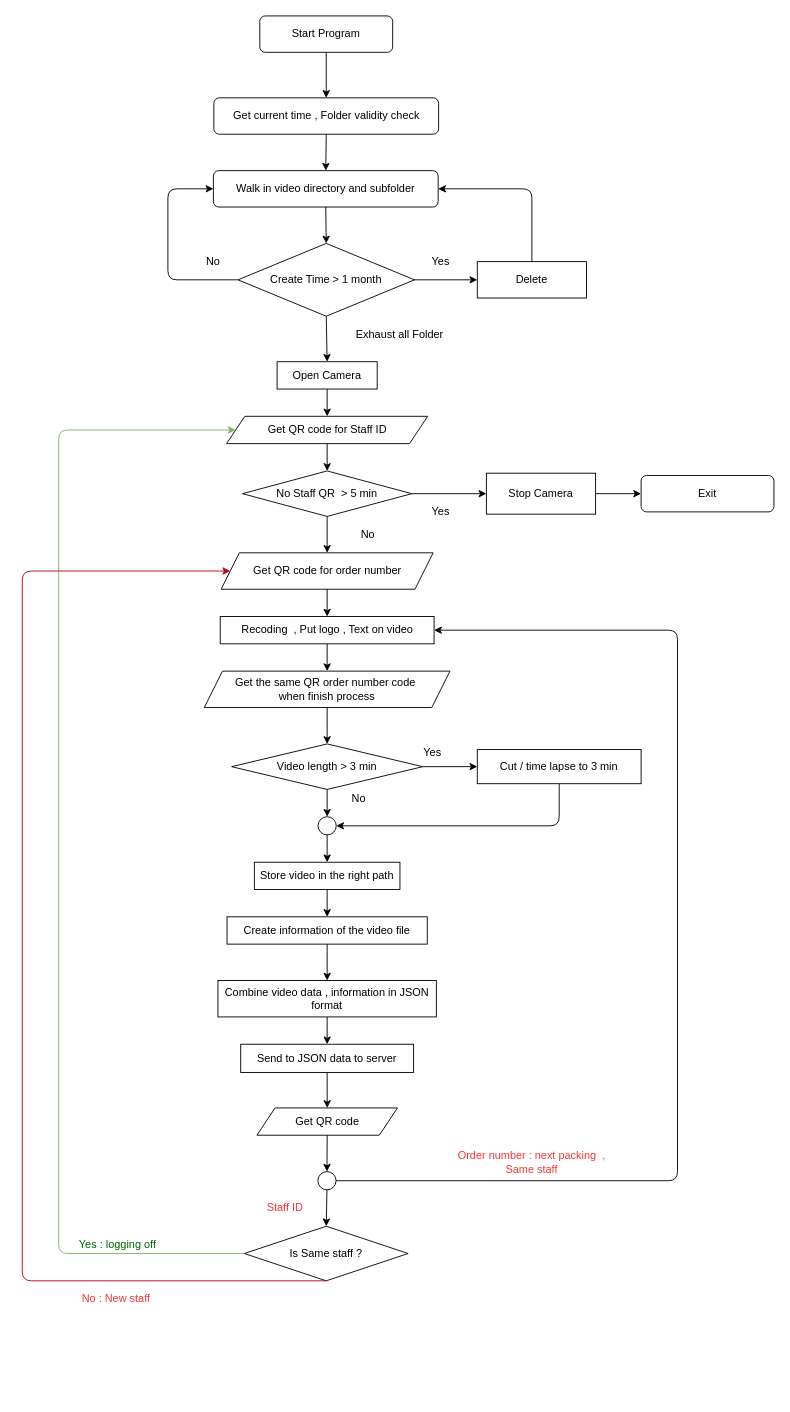
The draw.io diagram Flowchart.drawio in rsongphon/Advice_Packing_OpenCV, before the edit. Source tidied: cells renumbered, new cells numbered last; positions are measured from the earlier drawing's top-left corner, leaving out a move shared by most shapes. Both pictures are drawn from the tidied source at 91%, with x=0, y=0 at pixel (22, 15).
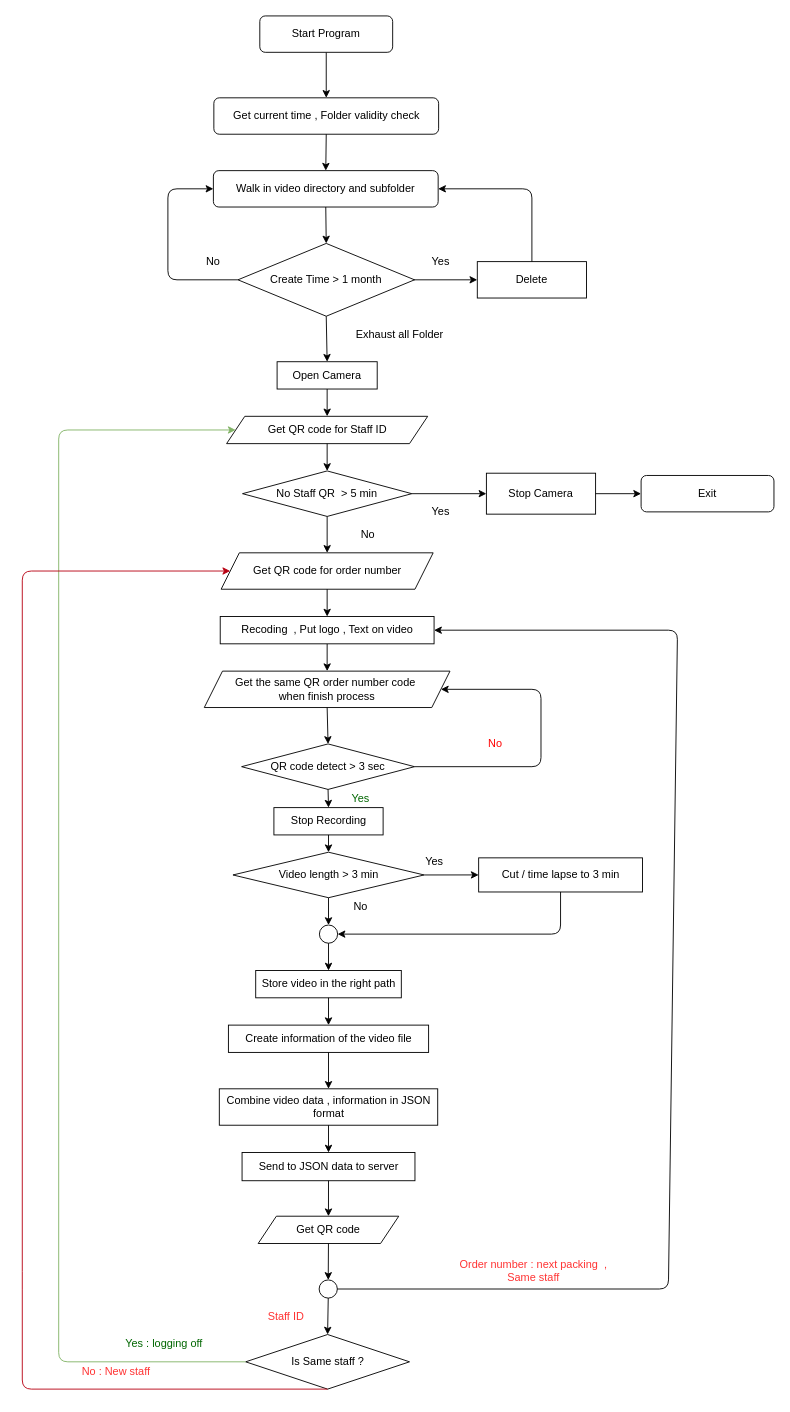
The same page after the edit.

Unchanged cells that the change refers to:
```xml
<mxCell id="18" value="Get QR code for Staff ID" style="shape=parallelogram;perimeter=parallelogramPerimeter;whiteSpace=wrap;html=1;fixedSize=1;" parent="1" vertex="1">
  <mxGeometry x="224.5" y="440" width="221" height="30" as="geometry" />
</mxCell>
<mxCell id="19" value="Get QR code for order number" style="shape=parallelogram;perimeter=parallelogramPerimeter;whiteSpace=wrap;html=1;fixedSize=1;" parent="1" vertex="1">
  <mxGeometry x="218.5" y="590" width="233" height="40" as="geometry" />
</mxCell>
<mxCell id="29" value="Recoding&amp;nbsp; , Put logo , Text on video" style="rounded=0;whiteSpace=wrap;html=1;" parent="1" vertex="1">
  <mxGeometry x="217.5" y="660" width="235" height="30" as="geometry" />
</mxCell>
<mxCell id="31" value="Get the same QR order number code&amp;nbsp;&lt;br&gt;when finish process" style="shape=parallelogram;perimeter=parallelogramPerimeter;whiteSpace=wrap;html=1;fixedSize=1;" parent="1" vertex="1">
  <mxGeometry x="200" y="720" width="270" height="40" as="geometry" />
</mxCell>
```

Diff of the diagram source:
```diff
@@
     <mxCell id="32" value="Video length &amp;gt; 3 min" style="rhombus;whiteSpace=wrap;html=1;" parent="1" vertex="1">
-      <mxGeometry x="230" y="800" width="210" height="50" as="geometry" />
+      <mxGeometry x="231.5" y="919" width="210" height="50" as="geometry" />
     </mxCell>
@@
     <mxCell id="34" value="Cut / time lapse to 3 min" style="rounded=0;whiteSpace=wrap;html=1;" parent="1" vertex="1">
-      <mxGeometry x="500" y="806.2" width="180" height="37.5" as="geometry" />
+      <mxGeometry x="501.5" y="925.2" width="180" height="37.5" as="geometry" />
     </mxCell>
-    <mxCell id="35" style="endArrow=classic;html=1;entryX=0.5;entryY=0;entryDx=0;entryDy=0;exitX=0.5;exitY=1;exitDx=0;exitDy=0;" parent="1" edge="1" source="31" target="32">
-      <mxGeometry relative="1" as="geometry" />
-    </mxCell>
     <mxCell id="36" value="Yes" style="text;html=1;strokeColor=none;fillColor=none;align=center;verticalAlign=middle;whiteSpace=wrap;rounded=0;" parent="1" vertex="1">
-      <mxGeometry x="431" y="800" width="40" height="20" as="geometry" />
+      <mxGeometry x="432.5" y="919" width="40" height="20" as="geometry" />
     </mxCell>
@@
     <mxCell id="38" value="No" style="text;html=1;strokeColor=none;fillColor=none;align=center;verticalAlign=middle;whiteSpace=wrap;rounded=0;" parent="1" vertex="1">
-      <mxGeometry x="350" y="850" width="40" height="20" as="geometry" />
+      <mxGeometry x="351.5" y="969" width="40" height="20" as="geometry" />
     </mxCell>
     <mxCell id="39" style="ellipse;whiteSpace=wrap;html=1;" parent="1" vertex="1">
-      <mxGeometry x="325" y="880" width="20" height="20" as="geometry" />
+      <mxGeometry x="326.5" y="999" width="20" height="20" as="geometry" />
     </mxCell>
     <mxCell id="40" style="endArrow=classic;html=1;exitX=0.5;exitY=1;exitDx=0;exitDy=0;entryX=1;entryY=0.5;entryDx=0;entryDy=0;" parent="1" edge="1" source="34" target="39">
       <mxGeometry relative="1" as="geometry">
         <Array as="points">
-          <mxPoint x="590" y="890" />
+          <mxPoint x="591.5" y="1009" />
         </Array>
       </mxGeometry>
     </mxCell>
     <mxCell id="41" value="Store video in the right path" style="rounded=0;whiteSpace=wrap;html=1;" parent="1" vertex="1">
-      <mxGeometry x="255" y="930" width="160" height="30" as="geometry" />
+      <mxGeometry x="256.5" y="1049" width="160" height="30" as="geometry" />
     </mxCell>
@@
     <mxCell id="45" value="Create information of the video file" style="rounded=0;whiteSpace=wrap;html=1;" parent="1" vertex="1">
-      <mxGeometry x="225" y="990" width="220" height="30" as="geometry" />
+      <mxGeometry x="226.5" y="1109" width="220" height="30" as="geometry" />
     </mxCell>
@@
     <mxCell id="47" value="Combine video data , information in JSON format" style="rounded=0;whiteSpace=wrap;html=1;" parent="1" vertex="1">
-      <mxGeometry x="215" y="1060" width="240" height="40" as="geometry" />
+      <mxGeometry x="216.5" y="1179" width="240" height="40" as="geometry" />
     </mxCell>
@@
     <mxCell id="49" value="Send to JSON data to server" style="rounded=0;whiteSpace=wrap;html=1;" parent="1" vertex="1">
-      <mxGeometry x="240" y="1130" width="190" height="31" as="geometry" />
+      <mxGeometry x="241.5" y="1249" width="190" height="31" as="geometry" />
     </mxCell>
@@
     <mxCell id="51" value="Get QR code" style="shape=parallelogram;perimeter=parallelogramPerimeter;whiteSpace=wrap;html=1;fixedSize=1;" parent="1" vertex="1">
-      <mxGeometry x="257.8" y="1200" width="154.5" height="30" as="geometry" />
+      <mxGeometry x="259.2" y="1319" width="154.5" height="30" as="geometry" />
     </mxCell>
     <mxCell id="52" style="ellipse;whiteSpace=wrap;html=1;" parent="1" vertex="1">
-      <mxGeometry x="324.8" y="1270" width="20" height="20" as="geometry" />
+      <mxGeometry x="326.2" y="1389" width="20" height="20" as="geometry" />
     </mxCell>
@@
     <mxCell id="56" style="endArrow=classic;html=1;exitX=1;exitY=0.5;exitDx=0;exitDy=0;entryX=1;entryY=0.5;entryDx=0;entryDy=0;" parent="1" edge="1" source="52" target="29">
       <mxGeometry relative="1" as="geometry">
         <Array as="points">
-          <mxPoint x="720" y="1280" />
+          <mxPoint x="710" y="1399" />
           <mxPoint x="720" y="675" />
         </Array>
       </mxGeometry>
     </mxCell>
     <mxCell id="57" value="&lt;font color=&quot;#ff3333&quot;&gt;Order number : next packing&amp;nbsp; , Same staff&lt;/font&gt;" style="text;html=1;strokeColor=none;fillColor=none;align=center;verticalAlign=middle;whiteSpace=wrap;rounded=0;" parent="1" vertex="1">
-      <mxGeometry x="470" y="1250" width="180" height="20" as="geometry" />
+      <mxGeometry x="471.5" y="1369" width="180" height="20" as="geometry" />
     </mxCell>
     <mxCell id="58" value="Is Same staff ?" style="rhombus;whiteSpace=wrap;html=1;" parent="1" vertex="1">
-      <mxGeometry x="244" y="1330" width="180" height="60" as="geometry" />
+      <mxGeometry x="245.5" y="1449" width="180" height="60" as="geometry" />
     </mxCell>
     <mxCell id="59" value="&lt;font color=&quot;#ff3333&quot;&gt;Staff ID&lt;/font&gt;" style="text;html=1;strokeColor=none;fillColor=none;align=center;verticalAlign=middle;whiteSpace=wrap;rounded=0;" parent="1" vertex="1">
-      <mxGeometry x="218.5" y="1300" width="140" height="20" as="geometry" />
+      <mxGeometry x="220" y="1419" width="140" height="20" as="geometry" />
     </mxCell>
     <mxCell id="60" style="endArrow=classic;html=1;exitX=0;exitY=0.5;exitDx=0;exitDy=0;entryX=0;entryY=0.5;entryDx=0;entryDy=0;fillColor=#d5e8d4;strokeColor=#82b366;" parent="1" edge="1" source="58" target="18">
       <mxGeometry relative="1" as="geometry">
         <Array as="points">
-          <mxPoint x="40" y="1360" />
+          <mxPoint x="40" y="1479" />
           <mxPoint x="40" y="455" />
         </Array>
       </mxGeometry>
     </mxCell>
     <mxCell id="61" value="&lt;font color=&quot;#006600&quot;&gt;Yes : logging off&lt;/font&gt;" style="text;html=1;strokeColor=none;fillColor=none;align=center;verticalAlign=middle;whiteSpace=wrap;rounded=0;" parent="1" vertex="1">
-      <mxGeometry x="50" y="1340" width="110" height="20" as="geometry" />
+      <mxGeometry x="100.5" y="1449" width="110" height="20" as="geometry" />
     </mxCell>
     <mxCell id="62" style="endArrow=classic;html=1;exitX=0.5;exitY=1;exitDx=0;exitDy=0;entryX=0;entryY=0.5;entryDx=0;entryDy=0;fillColor=#f8cecc;strokeColor=#B80012;" parent="1" edge="1" source="58" target="19">
       <mxGeometry relative="1" as="geometry">
         <Array as="points">
+          <mxPoint y="1509" />
           <mxPoint y="1390" />
           <mxPoint y="610" />
         </Array>
       </mxGeometry>
     </mxCell>
     <mxCell id="63" value="&lt;font color=&quot;#ff3333&quot;&gt;No : New staff&amp;nbsp;&lt;/font&gt;" style="text;html=1;strokeColor=none;fillColor=none;align=center;verticalAlign=middle;whiteSpace=wrap;rounded=0;" parent="1" vertex="1">
-      <mxGeometry x="50" y="1400" width="110" height="20" as="geometry" />
+      <mxGeometry x="50" y="1480" width="110" height="20" as="geometry" />
     </mxCell>
+    <mxCell id="64" value="QR code detect &amp;gt; 3 sec" style="rhombus;whiteSpace=wrap;html=1;" parent="1" vertex="1">
+      <mxGeometry x="241" y="800" width="190" height="50" as="geometry" />
+    </mxCell>
+    <mxCell id="65" style="endArrow=classic;html=1;exitX=0.5;exitY=1;exitDx=0;exitDy=0;entryX=0.5;entryY=0;entryDx=0;entryDy=0;" parent="1" edge="1" source="31" target="64">
+      <mxGeometry relative="1" as="geometry" />
+    </mxCell>
+    <mxCell id="66" value="Stop Recording" style="rounded=0;whiteSpace=wrap;html=1;" parent="1" vertex="1">
+      <mxGeometry x="276.5" y="870" width="120" height="30" as="geometry" />
+    </mxCell>
+    <mxCell id="67" style="endArrow=classic;html=1;exitX=0.5;exitY=1;exitDx=0;exitDy=0;entryX=0.5;entryY=0;entryDx=0;entryDy=0;" parent="1" edge="1" source="64" target="66">
+      <mxGeometry relative="1" as="geometry" />
+    </mxCell>
+    <mxCell id="68" style="endArrow=classic;html=1;exitX=0.5;exitY=1;exitDx=0;exitDy=0;entryX=0.5;entryY=0;entryDx=0;entryDy=0;" parent="1" edge="1" source="66" target="32">
+      <mxGeometry relative="1" as="geometry" />
+    </mxCell>
+    <mxCell id="69" style="endArrow=classic;html=1;exitX=1;exitY=0.5;exitDx=0;exitDy=0;entryX=1;entryY=0.5;entryDx=0;entryDy=0;" parent="1" edge="1" source="64" target="31">
+      <mxGeometry relative="1" as="geometry">
+        <Array as="points">
+          <mxPoint x="570" y="825" />
+          <mxPoint x="570" y="740" />
+        </Array>
+      </mxGeometry>
+    </mxCell>
+    <mxCell id="70" value="Yes" style="text;html=1;strokeColor=none;fillColor=none;align=center;verticalAlign=middle;whiteSpace=wrap;rounded=0;fontColor=#006600;" parent="1" vertex="1">
+      <mxGeometry x="351.5" y="850" width="40" height="20" as="geometry" />
+    </mxCell>
+    <mxCell id="71" value="&lt;font color=&quot;#ff0000&quot;&gt;No&lt;/font&gt;" style="text;html=1;strokeColor=none;fillColor=none;align=center;verticalAlign=middle;whiteSpace=wrap;rounded=0;fontColor=#006600;" parent="1" vertex="1">
+      <mxGeometry x="500" y="790" width="40" height="20" as="geometry" />
+    </mxCell>
```
